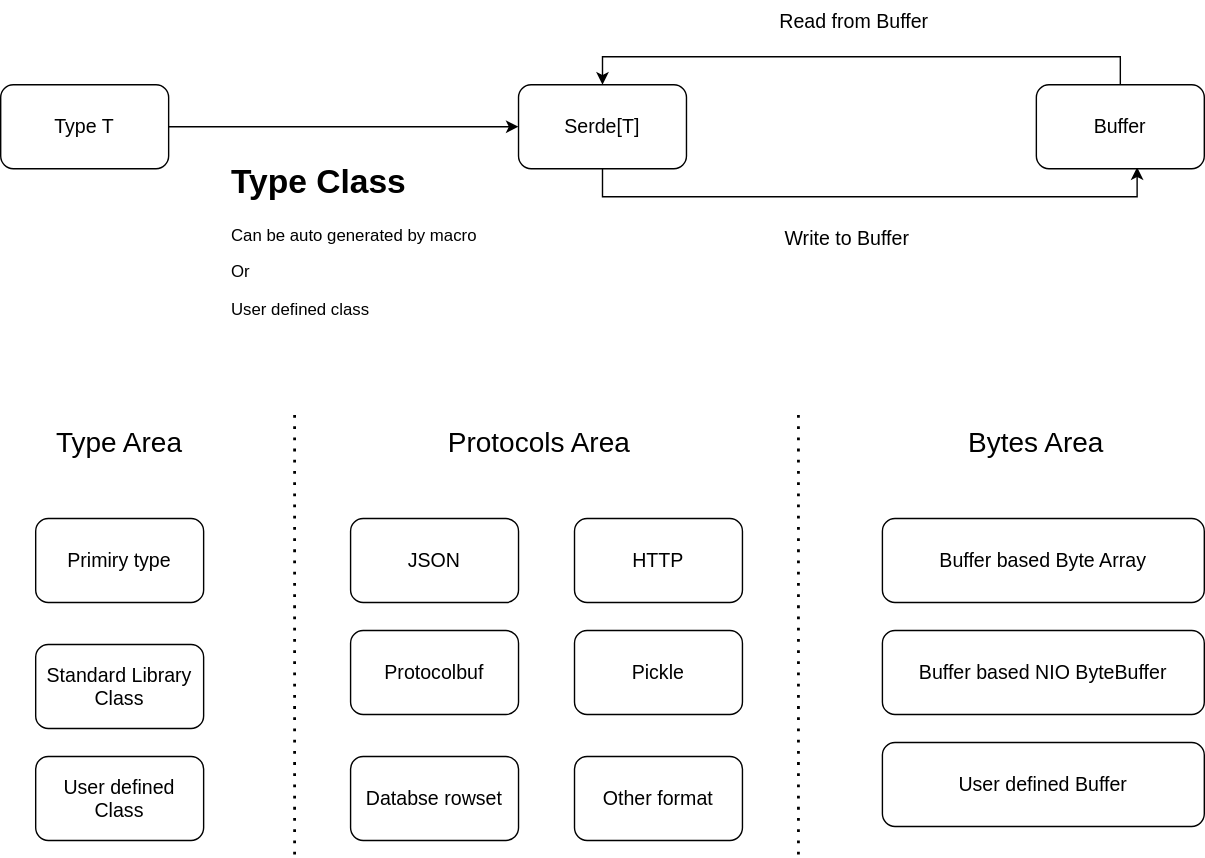
Above: docs/_assets/images/architecture_of_serde.drawio.svg in otavia-projects/otavia (draw.io), before the change. Source tidied: cells renumbered, new cells last; positions are measured from the earlier drawing's top-left corner, leaving out a move shared by most shapes.
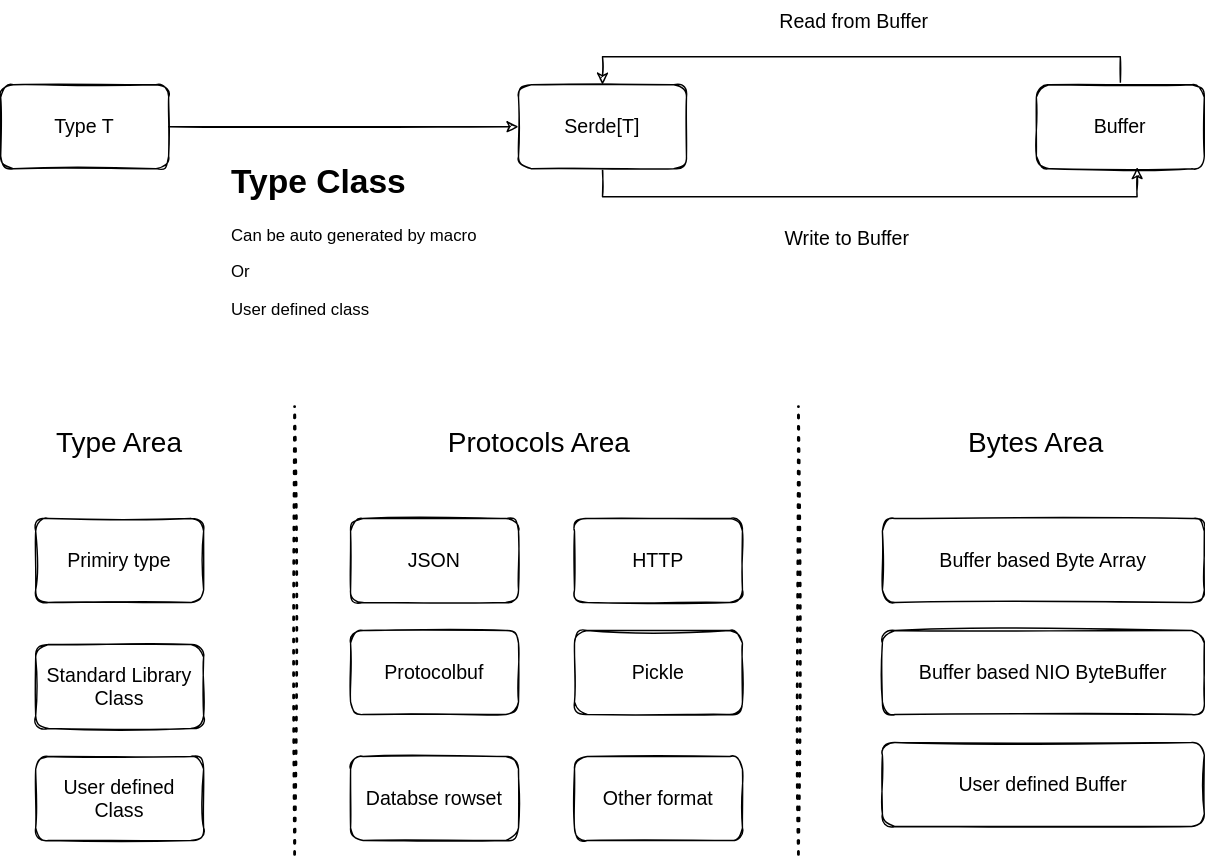
The same diagram one commit later.

The edit, as a diff of the source:
```diff
@@ -2,19 +2,19 @@
   <root>
     <mxCell id="0" />
     <mxCell id="1" parent="0" />
-    <mxCell id="2" style="edgeStyle=orthogonalEdgeStyle;rounded=0;jettySize=auto;html=1;entryX=0;entryY=0.5;entryDx=0;entryDy=0;" parent="1" edge="1" source="3" target="5">
+    <mxCell id="2" style="edgeStyle=orthogonalEdgeStyle;rounded=0;jettySize=auto;html=1;entryX=0;entryY=0.5;entryDx=0;entryDy=0;sketch=1;" parent="1" edge="1" source="3" target="5">
       <mxGeometry relative="1" as="geometry" />
     </mxCell>
-    <mxCell id="3" value="&lt;font style=&quot;font-size: 14px;&quot;&gt;Type T&lt;/font&gt;" style="rounded=1;whiteSpace=wrap;html=1;" parent="1" vertex="1">
+    <mxCell id="3" value="&lt;font style=&quot;font-size: 14px;&quot;&gt;Type T&lt;/font&gt;" style="rounded=1;whiteSpace=wrap;html=1;sketch=1;" parent="1" vertex="1">
       <mxGeometry y="60" width="120" height="60" as="geometry" />
     </mxCell>
-    <mxCell id="4" style="edgeStyle=orthogonalEdgeStyle;rounded=0;jettySize=auto;html=1;entryX=0.6;entryY=0.983;entryDx=0;entryDy=0;entryPerimeter=0;exitX=0.5;exitY=1;exitDx=0;exitDy=0;" parent="1" edge="1" source="5" target="7">
+    <mxCell id="4" style="edgeStyle=orthogonalEdgeStyle;rounded=0;jettySize=auto;html=1;entryX=0.6;entryY=0.983;entryDx=0;entryDy=0;entryPerimeter=0;exitX=0.5;exitY=1;exitDx=0;exitDy=0;sketch=1;" parent="1" edge="1" source="5" target="7">
       <mxGeometry relative="1" as="geometry" />
     </mxCell>
-    <mxCell id="5" value="&lt;font style=&quot;font-size: 14px;&quot;&gt;Serde[T]&lt;/font&gt;" style="rounded=1;whiteSpace=wrap;html=1;" parent="1" vertex="1">
+    <mxCell id="5" value="&lt;font style=&quot;font-size: 14px;&quot;&gt;Serde[T]&lt;/font&gt;" style="rounded=1;whiteSpace=wrap;html=1;sketch=1;" parent="1" vertex="1">
       <mxGeometry x="370" y="60" width="120" height="60" as="geometry" />
     </mxCell>
-    <mxCell id="6" style="edgeStyle=orthogonalEdgeStyle;rounded=0;jettySize=auto;html=1;entryX=0.5;entryY=0;entryDx=0;entryDy=0;exitX=0.5;exitY=0;exitDx=0;exitDy=0;" parent="1" edge="1" source="7" target="5">
+    <mxCell id="6" style="edgeStyle=orthogonalEdgeStyle;rounded=0;jettySize=auto;html=1;entryX=0.5;entryY=0;entryDx=0;entryDy=0;exitX=0.5;exitY=0;exitDx=0;exitDy=0;sketch=1;" parent="1" edge="1" source="7" target="5">
       <mxGeometry relative="1" as="geometry">
         <Array as="points">
           <mxPoint x="800" y="40" />
@@ -22,73 +22,73 @@
         </Array>
       </mxGeometry>
     </mxCell>
-    <mxCell id="7" value="&lt;font style=&quot;font-size: 14px;&quot;&gt;Buffer&lt;/font&gt;" style="rounded=1;whiteSpace=wrap;html=1;" parent="1" vertex="1">
+    <mxCell id="7" value="&lt;font style=&quot;font-size: 14px;&quot;&gt;Buffer&lt;/font&gt;" style="rounded=1;whiteSpace=wrap;html=1;sketch=1;" parent="1" vertex="1">
       <mxGeometry x="740" y="60" width="120" height="60" as="geometry" />
     </mxCell>
-    <mxCell id="8" value="&lt;h1&gt;Type Class&lt;/h1&gt;&lt;p&gt;Can be auto generated by macro&amp;nbsp;&lt;/p&gt;&lt;p&gt;Or&amp;nbsp;&lt;/p&gt;&lt;p&gt;User defined class&amp;nbsp;&lt;/p&gt;" style="text;html=1;strokeColor=none;fillColor=none;spacing=5;spacingTop=-20;whiteSpace=wrap;overflow=hidden;rounded=0;" parent="1" vertex="1">
+    <mxCell id="8" value="&lt;h1&gt;Type Class&lt;/h1&gt;&lt;p&gt;Can be auto generated by macro&amp;nbsp;&lt;/p&gt;&lt;p&gt;Or&amp;nbsp;&lt;/p&gt;&lt;p&gt;User defined class&amp;nbsp;&lt;/p&gt;" style="text;html=1;strokeColor=none;fillColor=none;spacing=5;spacingTop=-20;whiteSpace=wrap;overflow=hidden;rounded=0;sketch=1;" parent="1" vertex="1">
       <mxGeometry x="160" y="110" width="190" height="120" as="geometry" />
     </mxCell>
-    <mxCell id="9" value="&lt;font style=&quot;font-size: 14px;&quot;&gt;Read from Buffer&lt;/font&gt;" style="text;html=1;strokeColor=none;fillColor=none;align=center;verticalAlign=middle;whiteSpace=wrap;rounded=0;" parent="1" vertex="1">
+    <mxCell id="9" value="&lt;font style=&quot;font-size: 14px;&quot;&gt;Read from Buffer&lt;/font&gt;" style="text;html=1;strokeColor=none;fillColor=none;align=center;verticalAlign=middle;whiteSpace=wrap;rounded=0;sketch=1;" parent="1" vertex="1">
       <mxGeometry x="530" width="160" height="30" as="geometry" />
     </mxCell>
-    <mxCell id="10" value="&lt;font style=&quot;font-size: 14px;&quot;&gt;Write to Buffer&lt;/font&gt;" style="text;html=1;strokeColor=none;fillColor=none;align=center;verticalAlign=middle;whiteSpace=wrap;rounded=0;" parent="1" vertex="1">
+    <mxCell id="10" value="&lt;font style=&quot;font-size: 14px;&quot;&gt;Write to Buffer&lt;/font&gt;" style="text;html=1;strokeColor=none;fillColor=none;align=center;verticalAlign=middle;whiteSpace=wrap;rounded=0;sketch=1;" parent="1" vertex="1">
       <mxGeometry x="530" y="155" width="150" height="30" as="geometry" />
     </mxCell>
-    <mxCell id="11" style="endArrow=none;dashed=1;html=1;dashPattern=1 3;strokeWidth=2;rounded=0;" parent="1" edge="1">
+    <mxCell id="11" style="endArrow=none;dashed=1;html=1;dashPattern=1 3;strokeWidth=2;rounded=0;sketch=1;" parent="1" edge="1">
       <mxGeometry relative="1" as="geometry">
         <mxPoint x="210" y="610" as="sourcePoint" />
         <mxPoint x="210" y="290" as="targetPoint" />
       </mxGeometry>
     </mxCell>
-    <mxCell id="12" style="endArrow=none;dashed=1;html=1;dashPattern=1 3;strokeWidth=2;rounded=0;" parent="1" edge="1">
+    <mxCell id="12" style="endArrow=none;dashed=1;html=1;dashPattern=1 3;strokeWidth=2;rounded=0;sketch=1;" parent="1" edge="1">
       <mxGeometry relative="1" as="geometry">
         <mxPoint x="570" y="610" as="sourcePoint" />
         <mxPoint x="570" y="290" as="targetPoint" />
       </mxGeometry>
     </mxCell>
-    <mxCell id="13" value="&lt;font style=&quot;font-size: 20px;&quot;&gt;Type Area&lt;/font&gt;" style="text;html=1;strokeColor=none;fillColor=none;align=center;verticalAlign=middle;whiteSpace=wrap;rounded=0;" parent="1" vertex="1">
+    <mxCell id="13" value="&lt;font style=&quot;font-size: 20px;&quot;&gt;Type Area&lt;/font&gt;" style="text;html=1;strokeColor=none;fillColor=none;align=center;verticalAlign=middle;whiteSpace=wrap;rounded=0;sketch=1;" parent="1" vertex="1">
       <mxGeometry x="10" y="290" width="150" height="50" as="geometry" />
     </mxCell>
-    <mxCell id="14" value="&lt;font style=&quot;font-size: 20px;&quot;&gt;Protocols Area&lt;/font&gt;" style="text;html=1;strokeColor=none;fillColor=none;align=center;verticalAlign=middle;whiteSpace=wrap;rounded=0;" parent="1" vertex="1">
+    <mxCell id="14" value="&lt;font style=&quot;font-size: 20px;&quot;&gt;Protocols Area&lt;/font&gt;" style="text;html=1;strokeColor=none;fillColor=none;align=center;verticalAlign=middle;whiteSpace=wrap;rounded=0;sketch=1;" parent="1" vertex="1">
       <mxGeometry x="310" y="290" width="150" height="50" as="geometry" />
     </mxCell>
-    <mxCell id="15" value="&lt;font style=&quot;font-size: 20px;&quot;&gt;Bytes Area&lt;/font&gt;" style="text;html=1;strokeColor=none;fillColor=none;align=center;verticalAlign=middle;whiteSpace=wrap;rounded=0;" parent="1" vertex="1">
+    <mxCell id="15" value="&lt;font style=&quot;font-size: 20px;&quot;&gt;Bytes Area&lt;/font&gt;" style="text;html=1;strokeColor=none;fillColor=none;align=center;verticalAlign=middle;whiteSpace=wrap;rounded=0;sketch=1;" parent="1" vertex="1">
       <mxGeometry x="650" y="290" width="180" height="50" as="geometry" />
     </mxCell>
-    <mxCell id="16" value="JSON" style="rounded=1;whiteSpace=wrap;html=1;fontSize=14;" parent="1" vertex="1">
+    <mxCell id="16" value="JSON" style="rounded=1;whiteSpace=wrap;html=1;fontSize=14;sketch=1;" parent="1" vertex="1">
       <mxGeometry x="250" y="370" width="120" height="60" as="geometry" />
     </mxCell>
-    <mxCell id="17" value="HTTP" style="rounded=1;whiteSpace=wrap;html=1;fontSize=14;" parent="1" vertex="1">
+    <mxCell id="17" value="HTTP" style="rounded=1;whiteSpace=wrap;html=1;fontSize=14;sketch=1;" parent="1" vertex="1">
       <mxGeometry x="410" y="370" width="120" height="60" as="geometry" />
     </mxCell>
-    <mxCell id="18" value="Protocolbuf" style="rounded=1;whiteSpace=wrap;html=1;fontSize=14;" parent="1" vertex="1">
+    <mxCell id="18" value="Protocolbuf" style="rounded=1;whiteSpace=wrap;html=1;fontSize=14;sketch=1;" parent="1" vertex="1">
       <mxGeometry x="250" y="450" width="120" height="60" as="geometry" />
     </mxCell>
-    <mxCell id="19" value="Other format" style="rounded=1;whiteSpace=wrap;html=1;fontSize=14;" parent="1" vertex="1">
+    <mxCell id="19" value="Other format" style="rounded=1;whiteSpace=wrap;html=1;fontSize=14;sketch=1;" parent="1" vertex="1">
       <mxGeometry x="410" y="540" width="120" height="60" as="geometry" />
     </mxCell>
-    <mxCell id="20" value="Primiry type" style="rounded=1;whiteSpace=wrap;html=1;fontSize=14;" parent="1" vertex="1">
+    <mxCell id="20" value="Primiry type" style="rounded=1;whiteSpace=wrap;html=1;fontSize=14;sketch=1;" parent="1" vertex="1">
       <mxGeometry x="25" y="370" width="120" height="60" as="geometry" />
     </mxCell>
-    <mxCell id="21" value="User defined Class" style="rounded=1;whiteSpace=wrap;html=1;fontSize=14;" parent="1" vertex="1">
+    <mxCell id="21" value="User defined Class" style="rounded=1;whiteSpace=wrap;html=1;fontSize=14;sketch=1;" parent="1" vertex="1">
       <mxGeometry x="25" y="540" width="120" height="60" as="geometry" />
     </mxCell>
-    <mxCell id="22" value="Buffer based Byte Array" style="rounded=1;whiteSpace=wrap;html=1;fontSize=14;" parent="1" vertex="1">
+    <mxCell id="22" value="Buffer based Byte Array" style="rounded=1;whiteSpace=wrap;html=1;fontSize=14;sketch=1;" parent="1" vertex="1">
       <mxGeometry x="630" y="370" width="230" height="60" as="geometry" />
     </mxCell>
-    <mxCell id="23" value="Buffer based NIO ByteBuffer" style="rounded=1;whiteSpace=wrap;html=1;fontSize=14;" parent="1" vertex="1">
+    <mxCell id="23" value="Buffer based NIO ByteBuffer" style="rounded=1;whiteSpace=wrap;html=1;fontSize=14;sketch=1;" parent="1" vertex="1">
       <mxGeometry x="630" y="450" width="230" height="60" as="geometry" />
     </mxCell>
-    <mxCell id="24" value="User defined Buffer" style="rounded=1;whiteSpace=wrap;html=1;fontSize=14;" parent="1" vertex="1">
+    <mxCell id="24" value="User defined Buffer" style="rounded=1;whiteSpace=wrap;html=1;fontSize=14;sketch=1;" parent="1" vertex="1">
       <mxGeometry x="630" y="530" width="230" height="60" as="geometry" />
     </mxCell>
-    <mxCell id="25" value="Pickle" style="rounded=1;whiteSpace=wrap;html=1;fontSize=14;" parent="1" vertex="1">
+    <mxCell id="25" value="Pickle" style="rounded=1;whiteSpace=wrap;html=1;fontSize=14;sketch=1;" parent="1" vertex="1">
       <mxGeometry x="410" y="450" width="120" height="60" as="geometry" />
     </mxCell>
-    <mxCell id="26" value="Standard Library Class" style="rounded=1;whiteSpace=wrap;html=1;fontSize=14;" parent="1" vertex="1">
+    <mxCell id="26" value="Standard Library Class" style="rounded=1;whiteSpace=wrap;html=1;fontSize=14;sketch=1;" parent="1" vertex="1">
       <mxGeometry x="25" y="460" width="120" height="60" as="geometry" />
     </mxCell>
-    <mxCell id="27" value="Databse rowset" style="rounded=1;whiteSpace=wrap;html=1;fontSize=14;" parent="1" vertex="1">
+    <mxCell id="27" value="Databse rowset" style="rounded=1;whiteSpace=wrap;html=1;fontSize=14;sketch=1;" parent="1" vertex="1">
       <mxGeometry x="250" y="540" width="120" height="60" as="geometry" />
     </mxCell>
   </root>
```
